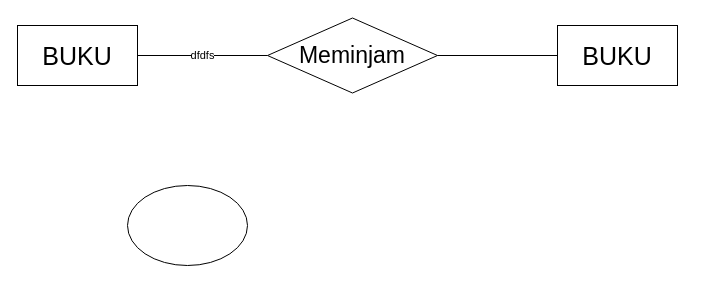
Earlier version of the draw.io diagram page "Page-2" (2 of 2) of latihan_membuat_erd.drawio (ches-zac/ches-zac). Source tidied: cells renumbered, new cells numbered last; positions are measured from the earlier drawing's top-left corner, leaving out a move shared by most shapes. Both pictures are drawn from the tidied source at 100%, with x=0, y=0 at pixel (17, 17).
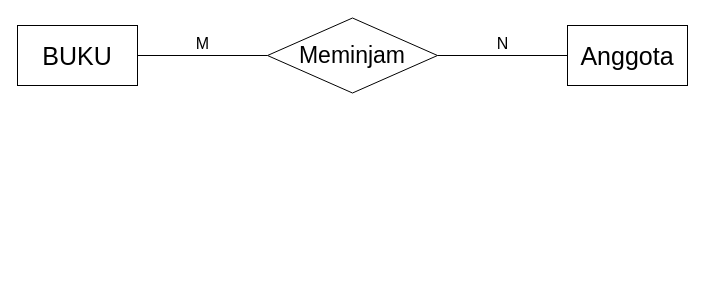
The same page after the edit.

What changed in the source:
```diff
@@
 <mxGraphModel>
   <root>
     <mxCell id="0" />
     <mxCell id="1" parent="0" />
-    <mxCell id="2" style="ellipse;whiteSpace=wrap;html=1;" parent="1" vertex="1">
-      <mxGeometry x="110" y="168" width="120" height="80" as="geometry" />
-    </mxCell>
     <mxCell id="3" value="&lt;font style=&quot;font-size: 25px;&quot;&gt;BUKU&lt;/font&gt;" style="rounded=0;whiteSpace=wrap;html=1;" parent="1" vertex="1">
       <mxGeometry y="8" width="120" height="60" as="geometry" />
     </mxCell>
-    <mxCell id="4" value="&lt;font style=&quot;font-size: 25px;&quot;&gt;BUKU&lt;/font&gt;" style="rounded=0;whiteSpace=wrap;html=1;" parent="1" vertex="1">
-      <mxGeometry x="540" y="8" width="120" height="60" as="geometry" />
+    <mxCell id="4" value="&lt;font style=&quot;font-size: 25px;&quot;&gt;Anggota&lt;/font&gt;" style="rounded=0;whiteSpace=wrap;html=1;" parent="1" vertex="1">
+      <mxGeometry x="550" y="8" width="120" height="60" as="geometry" />
     </mxCell>
     <mxCell id="5" value="&lt;font style=&quot;font-size: 23px;&quot;&gt;Meminjam&lt;/font&gt;" style="rhombus;whiteSpace=wrap;html=1;" parent="1" vertex="1">
       <mxGeometry x="250" y="0.5" width="170" height="75" as="geometry" />
     </mxCell>
-    <mxCell id="6" value="dfdfs" style="endArrow=none;html=1;rounded=0;exitX=1;exitY=0.5;exitDx=0;exitDy=0;entryX=0;entryY=0.5;entryDx=0;entryDy=0;shadow=0;" parent="1" edge="1" source="3" target="5">
+    <mxCell id="6" value="&lt;font style=&quot;font-size: 16px;&quot;&gt;M&lt;/font&gt;" style="endArrow=none;html=1;rounded=0;exitX=1;exitY=0.5;exitDx=0;exitDy=0;entryX=0;entryY=0.5;entryDx=0;entryDy=0;shadow=0;align=center;verticalAlign=bottom;horizontal=1;labelPosition=center;verticalLabelPosition=top;" parent="1" edge="1" source="3" target="5">
       <mxGeometry relative="1" as="geometry" />
     </mxCell>
-    <mxCell id="7" style="endArrow=none;html=1;rounded=0;exitX=0;exitY=0.5;exitDx=0;exitDy=0;entryX=1;entryY=0.5;entryDx=0;entryDy=0;" parent="1" edge="1" source="4" target="5">
-      <mxGeometry relative="1" as="geometry" />
-    </mxCell>
+    <mxCell id="8" value="&lt;font style=&quot;font-size: 16px;&quot;&gt;N&lt;/font&gt;" style="endArrow=none;html=1;rounded=0;exitX=1;exitY=0.5;exitDx=0;exitDy=0;entryX=0;entryY=0.5;entryDx=0;entryDy=0;shadow=0;align=center;verticalAlign=bottom;horizontal=1;labelPosition=center;verticalLabelPosition=top;" parent="1" edge="1" source="5" target="4">
+      <mxGeometry relative="1" as="geometry" />
+    </mxCell>
   </root>
 </mxGraphModel>
```
